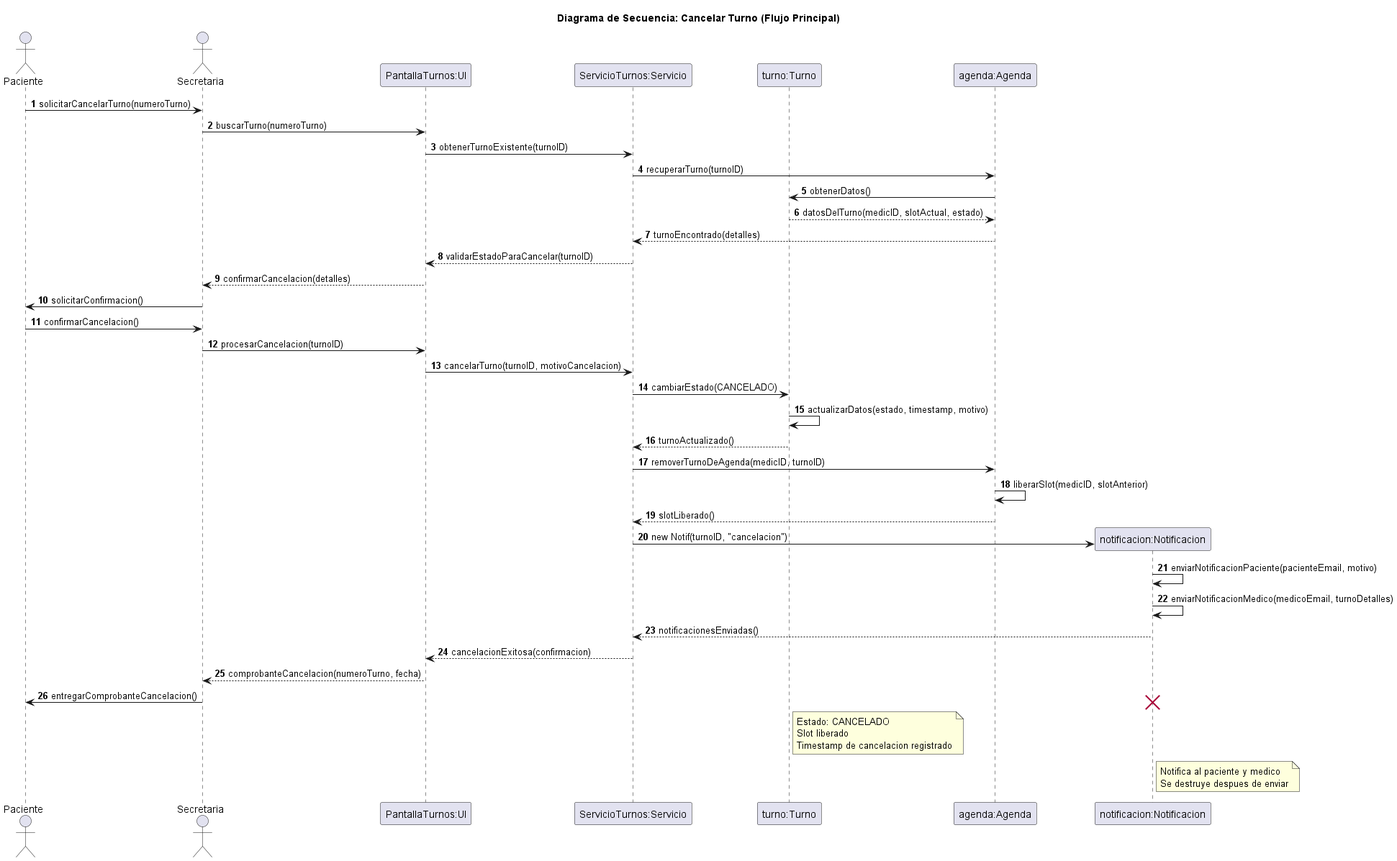
The PlantUML diagram diagramas/05-diagramas-secuencia/05-secuencia-cancelar-turno-flujo-principal-03.png in Purezaamor/SistemaTurnosMedicos, before a commit.
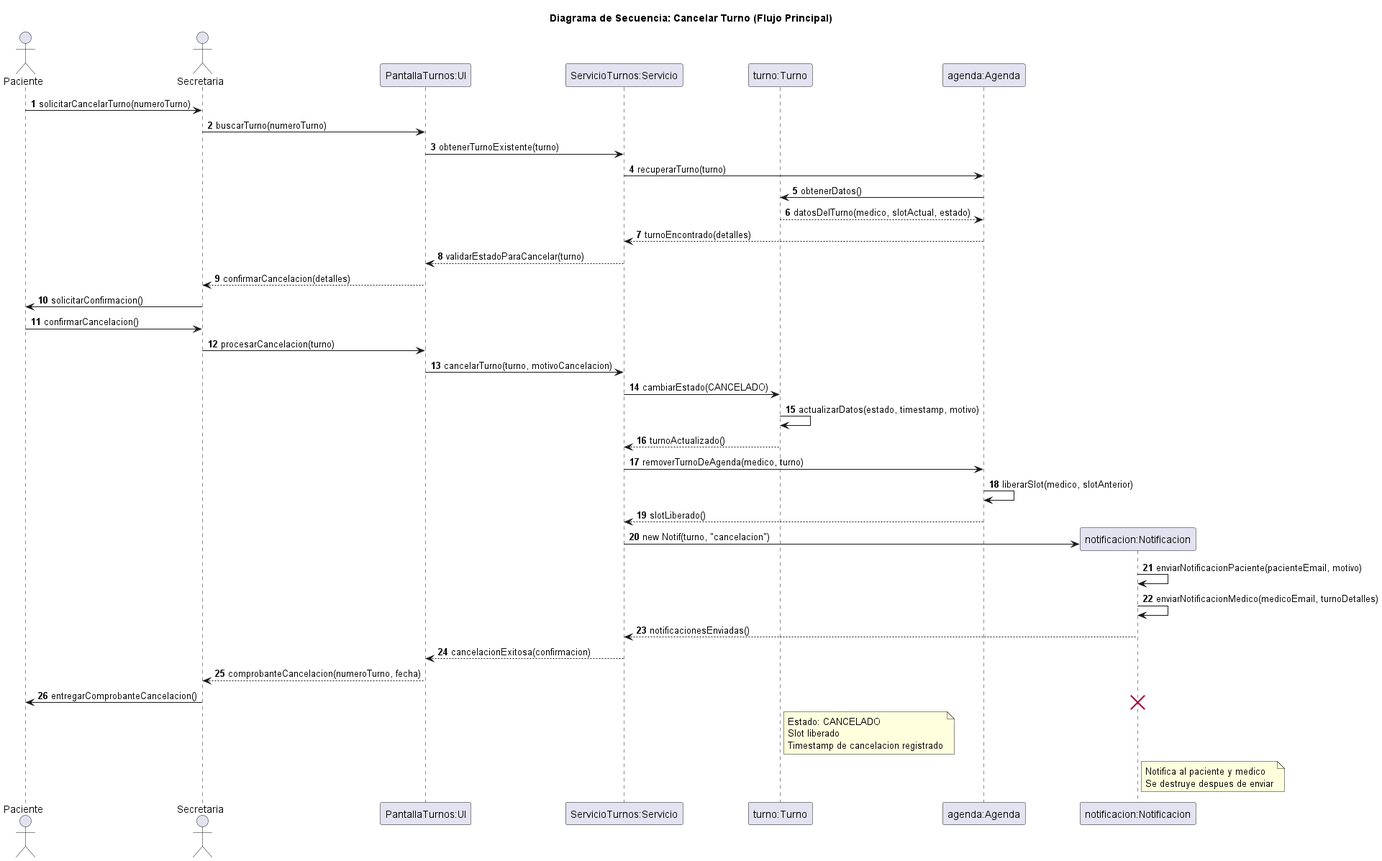
After the commit.

Diff of the diagram source:
```diff
@@ -13,25 +13,25 @@
 
 Paciente -> Secretaria: solicitarCancelarTurno(numeroTurno)
 Secretaria -> UI: buscarTurno(numeroTurno)
-UI -> Servicio: obtenerTurnoExistente(turnoID)
-Servicio -> Agenda: recuperarTurno(turnoID)
+UI -> Servicio: obtenerTurnoExistente(turno)
+Servicio -> Agenda: recuperarTurno(turno)
 Agenda -> Turno: obtenerDatos()
-Turno --> Agenda: datosDelTurno(medicID, slotActual, estado)
+Turno --> Agenda: datosDelTurno(medico, slotActual, estado)
 Agenda --> Servicio: turnoEncontrado(detalles)
-Servicio --> UI: validarEstadoParaCancelar(turnoID)
+Servicio --> UI: validarEstadoParaCancelar(turno)
 UI --> Secretaria: confirmarCancelacion(detalles)
 Secretaria -> Paciente: solicitarConfirmacion()
 Paciente -> Secretaria: confirmarCancelacion()
-Secretaria -> UI: procesarCancelacion(turnoID)
-UI -> Servicio: cancelarTurno(turnoID, motivoCancelacion)
+Secretaria -> UI: procesarCancelacion(turno)
+UI -> Servicio: cancelarTurno(turno, motivoCancelacion)
 Servicio -> Turno: cambiarEstado(CANCELADO)
 Turno -> Turno: actualizarDatos(estado, timestamp, motivo)
 Turno --> Servicio: turnoActualizado()
-Servicio -> Agenda: removerTurnoDeAgenda(medicID, turnoID)
-Agenda -> Agenda: liberarSlot(medicID, slotAnterior)
+Servicio -> Agenda: removerTurnoDeAgenda(medico, turno)
+Agenda -> Agenda: liberarSlot(medico, slotAnterior)
 Agenda --> Servicio: slotLiberado()
 create Notif
-Servicio -> Notif: new Notif(turnoID, "cancelacion")
+Servicio -> Notif: new Notif(turno, "cancelacion")
 Notif -> Notif: enviarNotificacionPaciente(pacienteEmail, motivo)
 Notif -> Notif: enviarNotificacionMedico(medicoEmail, turnoDetalles)
 Notif --> Servicio: notificacionesEnviadas()
```
